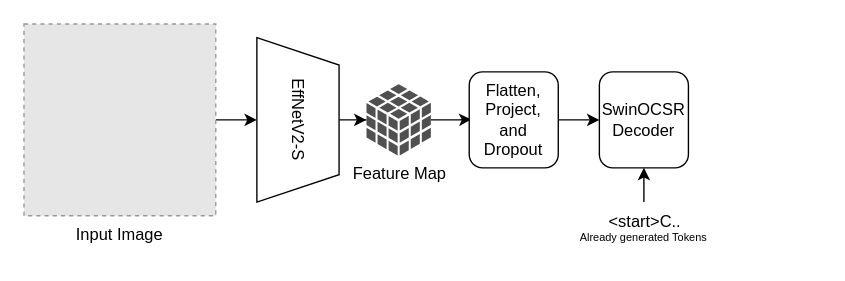
Above: Untitled Diagram.drawio in weathon/3d2smile (draw.io), before the change. Source tidied: cells renumbered, new cells numbered last; positions are measured from the earlier drawing's top-left corner, leaving out a move shared by most shapes. Both pictures are drawn from the tidied source at 137%, with x=0, y=0 at pixel (23, 23). Pictures stored in the file or linked from it are replaced by grey dashed boxes.
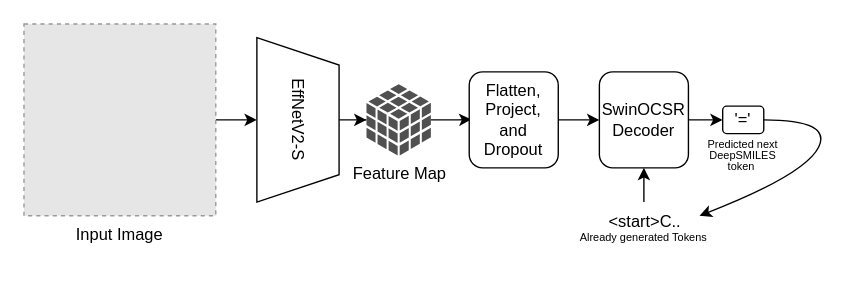
The same page after the edit.

The change refers to these unchanged cells:
```xml
<mxCell id="10" value="SwinOCSR Decoder" style="rounded=1;whiteSpace=wrap;html=1;" parent="1" vertex="1">
  <mxGeometry x="420" y="35" width="65" height="70" as="geometry" />
</mxCell>
<mxCell id="13" value="&lt;font style=&quot;font-size: 8px;&quot;&gt;Already generated Tokens&lt;/font&gt;" style="text;html=1;align=center;verticalAlign=middle;whiteSpace=wrap;rounded=0;" parent="1" vertex="1">
  <mxGeometry x="371.2" y="140" width="162.5" height="30" as="geometry" />
</mxCell>
```

Change to the diagram source:
```diff
@@
+    <mxCell id="14" style="edgeStyle=orthogonalEdgeStyle;rounded=0;jettySize=auto;html=1;" parent="1" edge="1" source="10">
+      <mxGeometry relative="1" as="geometry">
+        <mxPoint x="510" y="70" as="targetPoint" />
+      </mxGeometry>
+    </mxCell>
@@
+    <mxCell id="15" value="&lt;p style=&quot;line-height: 50%;&quot;&gt;&lt;font style=&quot;font-size: 8px;&quot;&gt;Predicted next DeepSMILES token&lt;/font&gt;&lt;span style=&quot;font-size: 8px; background-color: initial;&quot;&gt;&amp;nbsp;&lt;/span&gt;&lt;/p&gt;" style="text;html=1;align=center;verticalAlign=middle;whiteSpace=wrap;rounded=0;" parent="1" vertex="1">
+      <mxGeometry x="490" y="80" width="70" height="30" as="geometry" />
+    </mxCell>
+    <mxCell id="16" value="'='" style="rounded=1;whiteSpace=wrap;html=1;" parent="1" vertex="1">
+      <mxGeometry x="510" y="60" width="30" height="20" as="geometry" />
+    </mxCell>
+    <mxCell id="17" style="curved=1;endArrow=classic;html=1;rounded=0;entryX=0.75;entryY=0;entryDx=0;entryDy=0;" parent="1" edge="1" target="13">
+      <mxGeometry relative="1" as="geometry">
+        <mxPoint x="540" y="70" as="sourcePoint" />
+        <Array as="points">
+          <mxPoint x="590" y="70" />
+          <mxPoint x="570" y="110" />
+        </Array>
+      </mxGeometry>
+    </mxCell>
```
